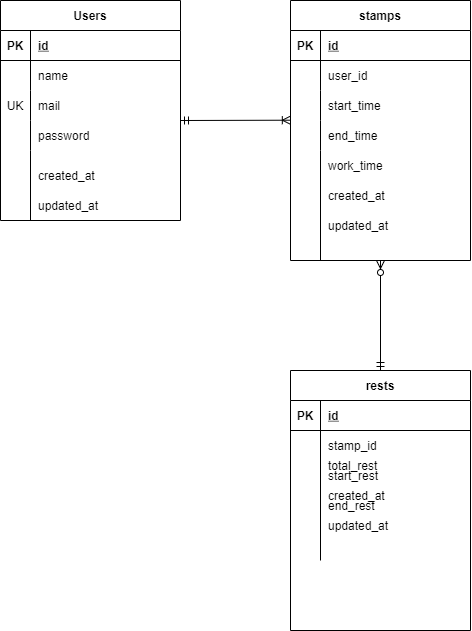
This is resources/views/ER/ER.drawio.png from Tvxq0728/work, a draw.io export, as it was before one commit. Source tidied: cells renumbered, new cells last; positions are measured from the earlier drawing's top-left corner, leaving out a move shared by most shapes. The source it was exported from:
```xml
<mxGraphModel>
  <root>
    <mxCell id="0" />
    <mxCell id="1" parent="0" />
    <mxCell id="2" value="Users" style="shape=table;startSize=30;rowLines=0;fontStyle=1;align=center;" parent="1" vertex="1">
      <mxGeometry width="180" height="220" as="geometry" />
    </mxCell>
    <mxCell id="3" style="shape=partialRectangle;fillColor=none;top=0;left=0;bottom=1;right=0;" parent="2" vertex="1">
      <mxGeometry y="30" width="180" height="30" as="geometry" />
    </mxCell>
    <mxCell id="4" value="PK" style="shape=partialRectangle;fillColor=none;top=0;left=0;bottom=0;right=0;fontStyle=1;overflow=hidden;" parent="3" vertex="1">
      <mxGeometry width="30" height="30" as="geometry" />
    </mxCell>
    <mxCell id="5" value="id" style="shape=partialRectangle;fillColor=none;top=0;left=0;bottom=0;right=0;align=left;spacingLeft=6;fontStyle=5;overflow=hidden;" parent="3" vertex="1">
      <mxGeometry x="30" width="150" height="30" as="geometry" />
    </mxCell>
    <mxCell id="6" style="shape=partialRectangle;fillColor=none;top=0;left=0;bottom=0;right=0;" parent="2" vertex="1">
      <mxGeometry y="60" width="180" height="30" as="geometry" />
    </mxCell>
    <mxCell id="7" style="shape=partialRectangle;fillColor=none;top=0;left=0;bottom=0;right=0;overflow=hidden;" parent="6" vertex="1">
      <mxGeometry width="30" height="30" as="geometry" />
    </mxCell>
    <mxCell id="8" value="name" style="shape=partialRectangle;fillColor=none;top=0;left=0;bottom=0;right=0;align=left;spacingLeft=6;overflow=hidden;" parent="6" vertex="1">
      <mxGeometry x="30" width="150" height="30" as="geometry" />
    </mxCell>
    <mxCell id="9" style="shape=partialRectangle;fillColor=none;top=0;left=0;bottom=0;right=0;" parent="2" vertex="1">
      <mxGeometry y="90" width="180" height="30" as="geometry" />
    </mxCell>
    <mxCell id="10" value="UK" style="shape=partialRectangle;fillColor=none;top=0;left=0;bottom=0;right=0;overflow=hidden;" parent="9" vertex="1">
      <mxGeometry width="30" height="30" as="geometry" />
    </mxCell>
    <mxCell id="11" value="mail" style="shape=partialRectangle;fillColor=none;top=0;left=0;bottom=0;right=0;align=left;spacingLeft=6;overflow=hidden;" parent="9" vertex="1">
      <mxGeometry x="30" width="150" height="30" as="geometry" />
    </mxCell>
    <mxCell id="12" style="shape=partialRectangle;fillColor=none;top=0;left=0;bottom=0;right=0;points=[[0,0.5],[1,0.5]];portConstraint=eastwest;" parent="2" vertex="1">
      <mxGeometry y="120" width="180" height="30" as="geometry" />
    </mxCell>
    <mxCell id="13" style="shape=partialRectangle;fillColor=none;top=0;left=0;bottom=0;right=0;overflow=hidden;" parent="12" vertex="1">
      <mxGeometry width="30" height="30" as="geometry" />
    </mxCell>
    <mxCell id="14" value="password" style="shape=partialRectangle;fillColor=none;top=0;left=0;bottom=0;right=0;align=left;spacingLeft=6;overflow=hidden;" parent="12" vertex="1">
      <mxGeometry x="30" width="150" height="30" as="geometry" />
    </mxCell>
    <mxCell id="15" value="created_at" style="shape=partialRectangle;fillColor=none;top=0;left=0;bottom=0;right=0;align=left;spacingLeft=6;overflow=hidden;" parent="1" vertex="1">
      <mxGeometry x="30" y="160" width="150" height="30" as="geometry" />
    </mxCell>
    <mxCell id="16" value="updated_at" style="shape=partialRectangle;fillColor=none;top=0;left=0;bottom=0;right=0;align=left;spacingLeft=6;overflow=hidden;" parent="1" vertex="1">
      <mxGeometry x="30" y="190" width="150" height="30" as="geometry" />
    </mxCell>
    <mxCell id="17" value="stamps" style="shape=table;startSize=30;rowLines=0;fontStyle=1;align=center;" parent="1" vertex="1">
      <mxGeometry x="290" width="180" height="260" as="geometry" />
    </mxCell>
    <mxCell id="18" style="shape=partialRectangle;fillColor=none;top=0;left=0;bottom=1;right=0;" parent="17" vertex="1">
      <mxGeometry y="30" width="180" height="30" as="geometry" />
    </mxCell>
    <mxCell id="19" value="PK" style="shape=partialRectangle;fillColor=none;top=0;left=0;bottom=0;right=0;fontStyle=1;overflow=hidden;" parent="18" vertex="1">
      <mxGeometry width="30" height="30" as="geometry" />
    </mxCell>
    <mxCell id="20" value="id" style="shape=partialRectangle;fillColor=none;top=0;left=0;bottom=0;right=0;align=left;spacingLeft=6;fontStyle=5;overflow=hidden;" parent="18" vertex="1">
      <mxGeometry x="30" width="150" height="30" as="geometry" />
    </mxCell>
    <mxCell id="21" style="shape=partialRectangle;fillColor=none;top=0;left=0;bottom=0;right=0;" parent="17" vertex="1">
      <mxGeometry y="60" width="180" height="30" as="geometry" />
    </mxCell>
    <mxCell id="22" style="shape=partialRectangle;fillColor=none;top=0;left=0;bottom=0;right=0;overflow=hidden;" parent="21" vertex="1">
      <mxGeometry width="30" height="30" as="geometry" />
    </mxCell>
    <mxCell id="23" value="user_id" style="shape=partialRectangle;fillColor=none;top=0;left=0;bottom=0;right=0;align=left;spacingLeft=6;overflow=hidden;" parent="21" vertex="1">
      <mxGeometry x="30" width="150" height="30" as="geometry" />
    </mxCell>
    <mxCell id="24" style="shape=partialRectangle;fillColor=none;top=0;left=0;bottom=0;right=0;" parent="17" vertex="1">
      <mxGeometry y="90" width="180" height="30" as="geometry" />
    </mxCell>
    <mxCell id="25" style="shape=partialRectangle;fillColor=none;top=0;left=0;bottom=0;right=0;overflow=hidden;" parent="24" vertex="1">
      <mxGeometry width="30" height="30" as="geometry" />
    </mxCell>
    <mxCell id="26" value="start_time" style="shape=partialRectangle;fillColor=none;top=0;left=0;bottom=0;right=0;align=left;spacingLeft=6;overflow=hidden;" parent="24" vertex="1">
      <mxGeometry x="30" width="150" height="30" as="geometry" />
    </mxCell>
    <mxCell id="27" style="shape=partialRectangle;fillColor=none;top=0;left=0;bottom=0;right=0;points=[[0,0.5],[1,0.5]];portConstraint=eastwest;" parent="17" vertex="1">
      <mxGeometry y="120" width="180" height="30" as="geometry" />
    </mxCell>
    <mxCell id="28" style="shape=partialRectangle;fillColor=none;top=0;left=0;bottom=0;right=0;overflow=hidden;" parent="27" vertex="1">
      <mxGeometry width="30" height="30" as="geometry" />
    </mxCell>
    <mxCell id="29" value="end_time" style="shape=partialRectangle;fillColor=none;top=0;left=0;bottom=0;right=0;align=left;spacingLeft=6;overflow=hidden;" parent="27" vertex="1">
      <mxGeometry x="30" width="150" height="30" as="geometry" />
    </mxCell>
    <mxCell id="30" value="work_time" style="shape=partialRectangle;fillColor=none;top=0;left=0;bottom=0;right=0;align=left;spacingLeft=6;overflow=hidden;" parent="1" vertex="1">
      <mxGeometry x="320" y="150" width="150" height="30" as="geometry" />
    </mxCell>
    <mxCell id="31" value="created_at" style="shape=partialRectangle;fillColor=none;top=0;left=0;bottom=0;right=0;align=left;spacingLeft=6;overflow=hidden;" parent="1" vertex="1">
      <mxGeometry x="320" y="180" width="150" height="30" as="geometry" />
    </mxCell>
    <mxCell id="32" value="updated_at" style="shape=partialRectangle;fillColor=none;top=0;left=0;bottom=0;right=0;align=left;spacingLeft=6;overflow=hidden;" parent="1" vertex="1">
      <mxGeometry x="320" y="210" width="150" height="30" as="geometry" />
    </mxCell>
    <mxCell id="33" style="endArrow=none;html=1;" parent="1" edge="1">
      <mxGeometry relative="1" as="geometry">
        <mxPoint x="320" y="260" as="sourcePoint" />
        <mxPoint x="320" y="150" as="targetPoint" />
      </mxGeometry>
    </mxCell>
    <mxCell id="34" style="endArrow=none;html=1;" parent="1" edge="1">
      <mxGeometry relative="1" as="geometry">
        <mxPoint x="30" y="220" as="sourcePoint" />
        <mxPoint x="30" y="150" as="targetPoint" />
      </mxGeometry>
    </mxCell>
    <mxCell id="35" value="rests" style="shape=table;startSize=30;rowLines=0;fontStyle=1;align=center;" parent="1" vertex="1">
      <mxGeometry x="290" y="370" width="180" height="260" as="geometry" />
    </mxCell>
    <mxCell id="36" style="shape=partialRectangle;fillColor=none;top=0;left=0;bottom=1;right=0;" parent="35" vertex="1">
      <mxGeometry y="30" width="180" height="30" as="geometry" />
    </mxCell>
    <mxCell id="37" value="PK" style="shape=partialRectangle;fillColor=none;top=0;left=0;bottom=0;right=0;fontStyle=1;overflow=hidden;" parent="36" vertex="1">
      <mxGeometry width="30" height="30" as="geometry" />
    </mxCell>
    <mxCell id="38" value="id" style="shape=partialRectangle;fillColor=none;top=0;left=0;bottom=0;right=0;align=left;spacingLeft=6;fontStyle=5;overflow=hidden;" parent="36" vertex="1">
      <mxGeometry x="30" width="150" height="30" as="geometry" />
    </mxCell>
    <mxCell id="39" style="shape=partialRectangle;fillColor=none;top=0;left=0;bottom=0;right=0;" parent="35" vertex="1">
      <mxGeometry y="60" width="180" height="30" as="geometry" />
    </mxCell>
    <mxCell id="40" style="shape=partialRectangle;fillColor=none;top=0;left=0;bottom=0;right=0;overflow=hidden;" parent="39" vertex="1">
      <mxGeometry width="30" height="30" as="geometry" />
    </mxCell>
    <mxCell id="41" value="stamp_id" style="shape=partialRectangle;fillColor=none;top=0;left=0;bottom=0;right=0;align=left;spacingLeft=6;overflow=hidden;" parent="39" vertex="1">
      <mxGeometry x="30" width="150" height="30" as="geometry" />
    </mxCell>
    <mxCell id="42" style="shape=partialRectangle;fillColor=none;top=0;left=0;bottom=0;right=0;" parent="35" vertex="1">
      <mxGeometry y="90" width="180" height="30" as="geometry" />
    </mxCell>
    <mxCell id="43" style="shape=partialRectangle;fillColor=none;top=0;left=0;bottom=0;right=0;overflow=hidden;" parent="42" vertex="1">
      <mxGeometry width="30" height="30" as="geometry" />
    </mxCell>
    <mxCell id="44" value="start_rest" style="shape=partialRectangle;fillColor=none;top=0;left=0;bottom=0;right=0;align=left;spacingLeft=6;overflow=hidden;" parent="42" vertex="1">
      <mxGeometry x="30" width="150" height="30" as="geometry" />
    </mxCell>
    <mxCell id="45" style="shape=partialRectangle;fillColor=none;top=0;left=0;bottom=0;right=0;points=[[0,0.5],[1,0.5]];portConstraint=eastwest;" parent="35" vertex="1">
      <mxGeometry y="120" width="180" height="30" as="geometry" />
    </mxCell>
    <mxCell id="46" style="shape=partialRectangle;fillColor=none;top=0;left=0;bottom=0;right=0;overflow=hidden;" parent="45" vertex="1">
      <mxGeometry width="30" height="30" as="geometry" />
    </mxCell>
    <mxCell id="47" value="end_rest" style="shape=partialRectangle;fillColor=none;top=0;left=0;bottom=0;right=0;align=left;spacingLeft=6;overflow=hidden;" parent="45" vertex="1">
      <mxGeometry x="30" width="150" height="30" as="geometry" />
    </mxCell>
    <mxCell id="48" style="endArrow=none;html=1;" parent="1" edge="1">
      <mxGeometry relative="1" as="geometry">
        <mxPoint x="320" y="560" as="sourcePoint" />
        <mxPoint x="320" y="450" as="targetPoint" />
      </mxGeometry>
    </mxCell>
    <mxCell id="49" value="total_rest" style="shape=partialRectangle;fillColor=none;top=0;left=0;bottom=0;right=0;align=left;spacingLeft=6;overflow=hidden;" parent="1" vertex="1">
      <mxGeometry x="320" y="450" width="150" height="30" as="geometry" />
    </mxCell>
    <mxCell id="50" value="created_at" style="shape=partialRectangle;fillColor=none;top=0;left=0;bottom=0;right=0;align=left;spacingLeft=6;overflow=hidden;" parent="1" vertex="1">
      <mxGeometry x="320" y="480" width="150" height="30" as="geometry" />
    </mxCell>
    <mxCell id="51" value="updated_at" style="shape=partialRectangle;fillColor=none;top=0;left=0;bottom=0;right=0;align=left;spacingLeft=6;overflow=hidden;" parent="1" vertex="1">
      <mxGeometry x="320" y="510" width="150" height="30" as="geometry" />
    </mxCell>
    <mxCell id="52" style="fontSize=12;html=1;endArrow=ERoneToMany;startArrow=ERmandOne;strokeColor=none;entryX=0.002;entryY=0.007;entryDx=0;entryDy=0;exitX=0.998;exitY=-0.048;exitDx=0;exitDy=0;exitPerimeter=0;entryPerimeter=0;" parent="1" edge="1" source="12" target="27">
      <mxGeometry relative="1" as="geometry" />
    </mxCell>
    <mxCell id="53" style="fontSize=12;html=1;endArrow=ERoneToMany;startArrow=ERmandOne;entryX=-0.001;entryY=-0.01;entryDx=0;entryDy=0;entryPerimeter=0;" parent="1" edge="1" target="27">
      <mxGeometry relative="1" as="geometry">
        <mxPoint x="180" y="120" as="sourcePoint" />
      </mxGeometry>
    </mxCell>
    <mxCell id="54" style="fontSize=12;html=1;endArrow=ERzeroToMany;startArrow=ERmandOne;exitX=0.5;exitY=0;exitDx=0;exitDy=0;entryX=0.5;entryY=1;entryDx=0;entryDy=0;" parent="1" edge="1" source="35" target="17">
      <mxGeometry relative="1" as="geometry" />
    </mxCell>
  </root>
</mxGraphModel>
```
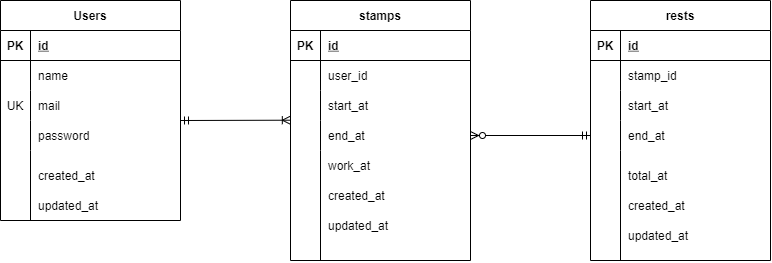
After the commit.

What changed in the source:
```diff
@@ -74,7 +74,7 @@
     <mxCell id="25" style="shape=partialRectangle;fillColor=none;top=0;left=0;bottom=0;right=0;overflow=hidden;" parent="24" vertex="1">
       <mxGeometry width="30" height="30" as="geometry" />
     </mxCell>
-    <mxCell id="26" value="start_time" style="shape=partialRectangle;fillColor=none;top=0;left=0;bottom=0;right=0;align=left;spacingLeft=6;overflow=hidden;" parent="24" vertex="1">
+    <mxCell id="26" value="start_at" style="shape=partialRectangle;fillColor=none;top=0;left=0;bottom=0;right=0;align=left;spacingLeft=6;overflow=hidden;" parent="24" vertex="1">
       <mxGeometry x="30" width="150" height="30" as="geometry" />
     </mxCell>
     <mxCell id="27" style="shape=partialRectangle;fillColor=none;top=0;left=0;bottom=0;right=0;points=[[0,0.5],[1,0.5]];portConstraint=eastwest;" parent="17" vertex="1">
@@ -83,10 +83,10 @@
     <mxCell id="28" style="shape=partialRectangle;fillColor=none;top=0;left=0;bottom=0;right=0;overflow=hidden;" parent="27" vertex="1">
       <mxGeometry width="30" height="30" as="geometry" />
     </mxCell>
-    <mxCell id="29" value="end_time" style="shape=partialRectangle;fillColor=none;top=0;left=0;bottom=0;right=0;align=left;spacingLeft=6;overflow=hidden;" parent="27" vertex="1">
+    <mxCell id="29" value="end_at" style="shape=partialRectangle;fillColor=none;top=0;left=0;bottom=0;right=0;align=left;spacingLeft=6;overflow=hidden;" parent="27" vertex="1">
       <mxGeometry x="30" width="150" height="30" as="geometry" />
     </mxCell>
-    <mxCell id="30" value="work_time" style="shape=partialRectangle;fillColor=none;top=0;left=0;bottom=0;right=0;align=left;spacingLeft=6;overflow=hidden;" parent="1" vertex="1">
+    <mxCell id="30" value="work_at" style="shape=partialRectangle;fillColor=none;top=0;left=0;bottom=0;right=0;align=left;spacingLeft=6;overflow=hidden;" parent="1" vertex="1">
       <mxGeometry x="320" y="150" width="150" height="30" as="geometry" />
     </mxCell>
     <mxCell id="31" value="created_at" style="shape=partialRectangle;fillColor=none;top=0;left=0;bottom=0;right=0;align=left;spacingLeft=6;overflow=hidden;" parent="1" vertex="1">
@@ -108,7 +108,7 @@
       </mxGeometry>
     </mxCell>
     <mxCell id="35" value="rests" style="shape=table;startSize=30;rowLines=0;fontStyle=1;align=center;" parent="1" vertex="1">
-      <mxGeometry x="290" y="370" width="180" height="260" as="geometry" />
+      <mxGeometry x="590" width="180" height="260" as="geometry" />
     </mxCell>
     <mxCell id="36" style="shape=partialRectangle;fillColor=none;top=0;left=0;bottom=1;right=0;" parent="35" vertex="1">
       <mxGeometry y="30" width="180" height="30" as="geometry" />
@@ -134,7 +134,7 @@
     <mxCell id="43" style="shape=partialRectangle;fillColor=none;top=0;left=0;bottom=0;right=0;overflow=hidden;" parent="42" vertex="1">
       <mxGeometry width="30" height="30" as="geometry" />
     </mxCell>
-    <mxCell id="44" value="start_rest" style="shape=partialRectangle;fillColor=none;top=0;left=0;bottom=0;right=0;align=left;spacingLeft=6;overflow=hidden;" parent="42" vertex="1">
+    <mxCell id="44" value="start_at" style="shape=partialRectangle;fillColor=none;top=0;left=0;bottom=0;right=0;align=left;spacingLeft=6;overflow=hidden;" parent="42" vertex="1">
       <mxGeometry x="30" width="150" height="30" as="geometry" />
     </mxCell>
     <mxCell id="45" style="shape=partialRectangle;fillColor=none;top=0;left=0;bottom=0;right=0;points=[[0,0.5],[1,0.5]];portConstraint=eastwest;" parent="35" vertex="1">
@@ -143,23 +143,23 @@
     <mxCell id="46" style="shape=partialRectangle;fillColor=none;top=0;left=0;bottom=0;right=0;overflow=hidden;" parent="45" vertex="1">
       <mxGeometry width="30" height="30" as="geometry" />
     </mxCell>
-    <mxCell id="47" value="end_rest" style="shape=partialRectangle;fillColor=none;top=0;left=0;bottom=0;right=0;align=left;spacingLeft=6;overflow=hidden;" parent="45" vertex="1">
+    <mxCell id="47" value="end_at" style="shape=partialRectangle;fillColor=none;top=0;left=0;bottom=0;right=0;align=left;spacingLeft=6;overflow=hidden;" parent="45" vertex="1">
       <mxGeometry x="30" width="150" height="30" as="geometry" />
     </mxCell>
     <mxCell id="48" style="endArrow=none;html=1;" parent="1" edge="1">
       <mxGeometry relative="1" as="geometry">
-        <mxPoint x="320" y="560" as="sourcePoint" />
-        <mxPoint x="320" y="450" as="targetPoint" />
+        <mxPoint x="620" y="260" as="sourcePoint" />
+        <mxPoint x="620" y="150" as="targetPoint" />
       </mxGeometry>
     </mxCell>
-    <mxCell id="49" value="total_rest" style="shape=partialRectangle;fillColor=none;top=0;left=0;bottom=0;right=0;align=left;spacingLeft=6;overflow=hidden;" parent="1" vertex="1">
-      <mxGeometry x="320" y="450" width="150" height="30" as="geometry" />
+    <mxCell id="49" value="total_at" style="shape=partialRectangle;fillColor=none;top=0;left=0;bottom=0;right=0;align=left;spacingLeft=6;overflow=hidden;" parent="1" vertex="1">
+      <mxGeometry x="620" y="160" width="150" height="30" as="geometry" />
     </mxCell>
     <mxCell id="50" value="created_at" style="shape=partialRectangle;fillColor=none;top=0;left=0;bottom=0;right=0;align=left;spacingLeft=6;overflow=hidden;" parent="1" vertex="1">
-      <mxGeometry x="320" y="480" width="150" height="30" as="geometry" />
+      <mxGeometry x="620" y="190" width="150" height="30" as="geometry" />
     </mxCell>
     <mxCell id="51" value="updated_at" style="shape=partialRectangle;fillColor=none;top=0;left=0;bottom=0;right=0;align=left;spacingLeft=6;overflow=hidden;" parent="1" vertex="1">
-      <mxGeometry x="320" y="510" width="150" height="30" as="geometry" />
+      <mxGeometry x="620" y="220" width="150" height="30" as="geometry" />
     </mxCell>
     <mxCell id="52" style="fontSize=12;html=1;endArrow=ERoneToMany;startArrow=ERmandOne;strokeColor=none;entryX=0.002;entryY=0.007;entryDx=0;entryDy=0;exitX=0.998;exitY=-0.048;exitDx=0;exitDy=0;exitPerimeter=0;entryPerimeter=0;" parent="1" edge="1" source="12" target="27">
       <mxGeometry relative="1" as="geometry" />
@@ -169,7 +169,7 @@
         <mxPoint x="180" y="120" as="sourcePoint" />
       </mxGeometry>
     </mxCell>
-    <mxCell id="54" style="fontSize=12;html=1;endArrow=ERzeroToMany;startArrow=ERmandOne;exitX=0.5;exitY=0;exitDx=0;exitDy=0;entryX=0.5;entryY=1;entryDx=0;entryDy=0;" parent="1" edge="1" source="35" target="17">
+    <mxCell id="54" style="fontSize=12;html=1;endArrow=ERzeroToMany;startArrow=ERmandOne;exitX=0;exitY=0.5;exitDx=0;exitDy=0;entryX=1;entryY=0.5;entryDx=0;entryDy=0;" parent="1" edge="1" source="45" target="27">
       <mxGeometry relative="1" as="geometry" />
     </mxCell>
   </root>
```
